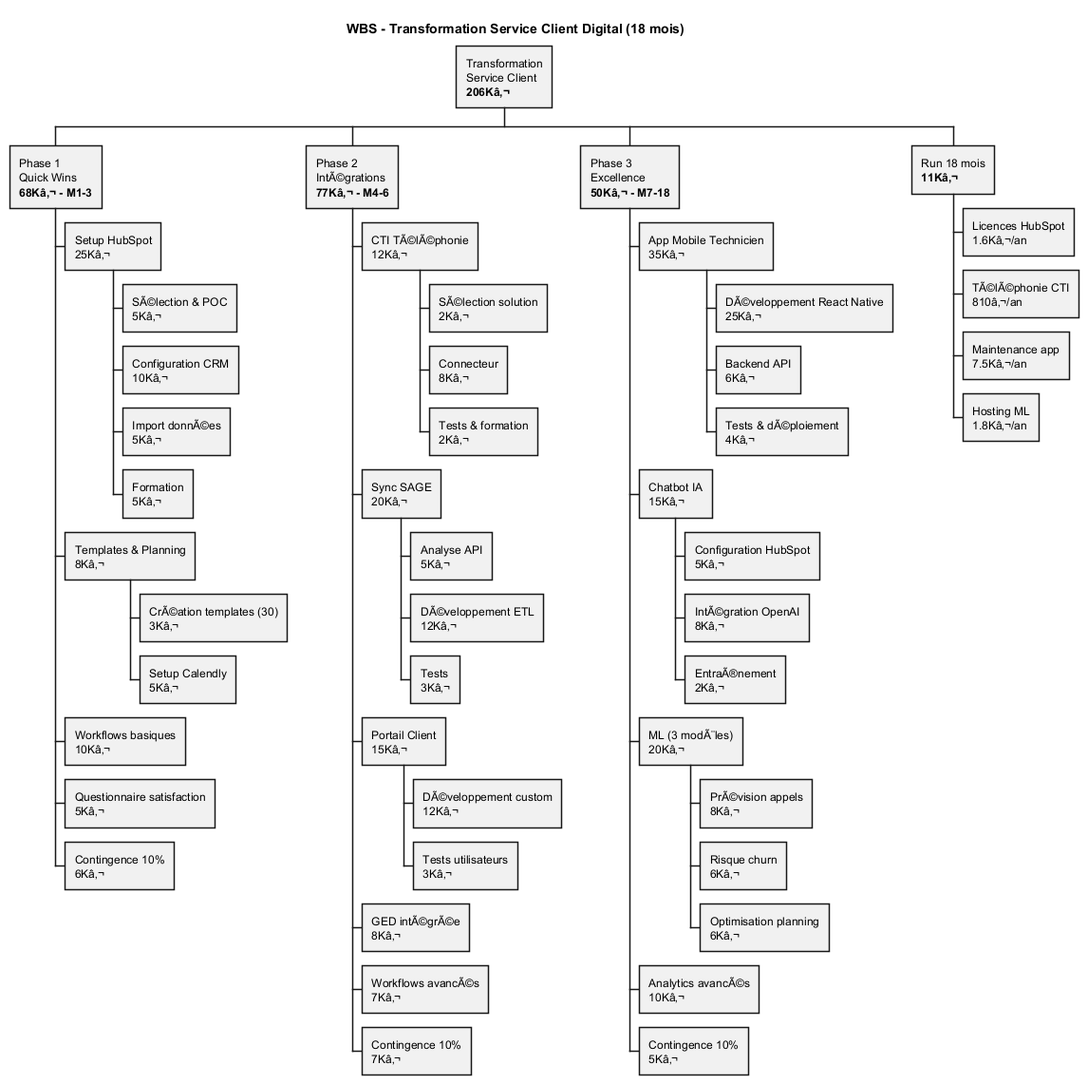
Before: Service-Client/uml/WBS_Transformation_Service_Client.png, a diagram exported from PlantUML (JordanSerafini/Audit_Duret). Its diagram source:
```plantuml
@startwbs WBS_Transformation_Service_Client

title WBS - Transformation Service Client Digital (18 mois)

* Transformation\nService Client\n**206Kâ‚¬**
** Phase 1\nQuick Wins\n**68Kâ‚¬ - M1-3**
*** Setup HubSpot\n25Kâ‚¬
**** SÃ©lection & POC\n5Kâ‚¬
**** Configuration CRM\n10Kâ‚¬
**** Import donnÃ©es\n5Kâ‚¬
**** Formation\n5Kâ‚¬
*** Templates & Planning\n8Kâ‚¬
**** CrÃ©ation templates (30)\n3Kâ‚¬
**** Setup Calendly\n5Kâ‚¬
*** Workflows basiques\n10Kâ‚¬
*** Questionnaire satisfaction\n5Kâ‚¬
*** Contingence 10%\n6Kâ‚¬

** Phase 2\nIntÃ©grations\n**77Kâ‚¬ - M4-6**
*** CTI TÃ©lÃ©phonie\n12Kâ‚¬
**** SÃ©lection solution\n2Kâ‚¬
**** Connecteur\n8Kâ‚¬
**** Tests & formation\n2Kâ‚¬
*** Sync SAGE\n20Kâ‚¬
**** Analyse API\n5Kâ‚¬
**** DÃ©veloppement ETL\n12Kâ‚¬
**** Tests\n3Kâ‚¬
*** Portail Client\n15Kâ‚¬
**** DÃ©veloppement custom\n12Kâ‚¬
**** Tests utilisateurs\n3Kâ‚¬
*** GED intÃ©grÃ©e\n8Kâ‚¬
*** Workflows avancÃ©s\n7Kâ‚¬
*** Contingence 10%\n7Kâ‚¬

** Phase 3\nExcellence\n**50Kâ‚¬ - M7-18**
*** App Mobile Technicien\n35Kâ‚¬
**** DÃ©veloppement React Native\n25Kâ‚¬
**** Backend API\n6Kâ‚¬
**** Tests & dÃ©ploiement\n4Kâ‚¬
*** Chatbot IA\n15Kâ‚¬
**** Configuration HubSpot\n5Kâ‚¬
**** IntÃ©gration OpenAI\n8Kâ‚¬
**** EntraÃ®nement\n2Kâ‚¬
*** ML (3 modÃ¨les)\n20Kâ‚¬
**** PrÃ©vision appels\n8Kâ‚¬
**** Risque churn\n6Kâ‚¬
**** Optimisation planning\n6Kâ‚¬
*** Analytics avancÃ©s\n10Kâ‚¬
*** Contingence 10%\n5Kâ‚¬

** Run 18 mois\n**11Kâ‚¬**
*** Licences HubSpot\n1.6Kâ‚¬/an
*** TÃ©lÃ©phonie CTI\n810â‚¬/an
*** Maintenance app\n7.5Kâ‚¬/an
*** Hosting ML\n1.8Kâ‚¬/an

@endwbs
```
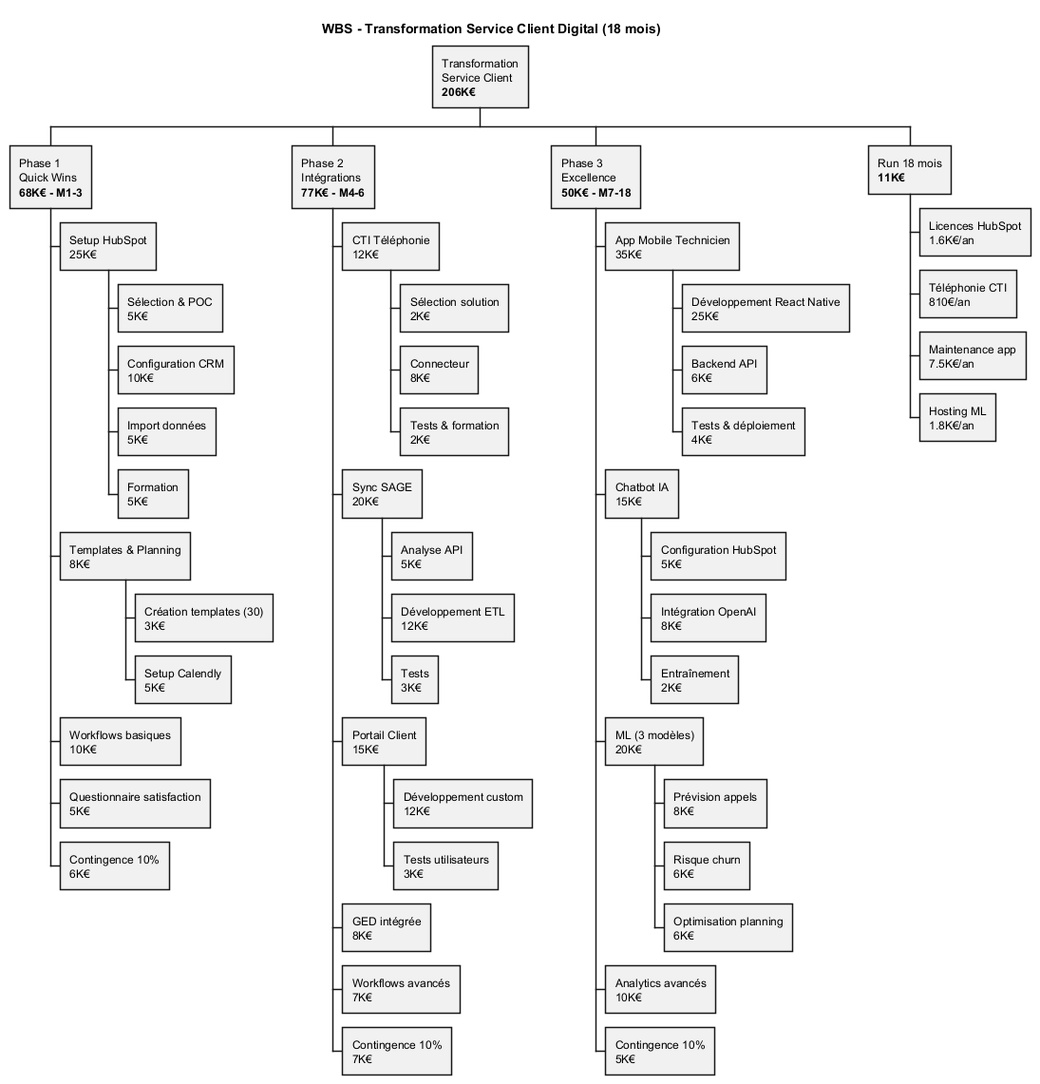
The same file after the commit.

Change to the diagram source:
```diff
@@ -2,56 +2,56 @@
 
 title WBS - Transformation Service Client Digital (18 mois)
 
-* Transformation\nService Client\n**206Kâ‚¬**
-** Phase 1\nQuick Wins\n**68Kâ‚¬ - M1-3**
-*** Setup HubSpot\n25Kâ‚¬
-**** SÃ©lection & POC\n5Kâ‚¬
-**** Configuration CRM\n10Kâ‚¬
-**** Import donnÃ©es\n5Kâ‚¬
-**** Formation\n5Kâ‚¬
-*** Templates & Planning\n8Kâ‚¬
-**** CrÃ©ation templates (30)\n3Kâ‚¬
-**** Setup Calendly\n5Kâ‚¬
-*** Workflows basiques\n10Kâ‚¬
-*** Questionnaire satisfaction\n5Kâ‚¬
-*** Contingence 10%\n6Kâ‚¬
+* Transformation\nService Client\n**206K€**
+** Phase 1\nQuick Wins\n**68K€ - M1-3**
+*** Setup HubSpot\n25K€
+**** Sélection & POC\n5K€
+**** Configuration CRM\n10K€
+**** Import données\n5K€
+**** Formation\n5K€
+*** Templates & Planning\n8K€
+**** Création templates (30)\n3K€
+**** Setup Calendly\n5K€
+*** Workflows basiques\n10K€
+*** Questionnaire satisfaction\n5K€
+*** Contingence 10%\n6K€
 
-** Phase 2\nIntÃ©grations\n**77Kâ‚¬ - M4-6**
-*** CTI TÃ©lÃ©phonie\n12Kâ‚¬
-**** SÃ©lection solution\n2Kâ‚¬
-**** Connecteur\n8Kâ‚¬
-**** Tests & formation\n2Kâ‚¬
-*** Sync SAGE\n20Kâ‚¬
-**** Analyse API\n5Kâ‚¬
-**** DÃ©veloppement ETL\n12Kâ‚¬
-**** Tests\n3Kâ‚¬
-*** Portail Client\n15Kâ‚¬
-**** DÃ©veloppement custom\n12Kâ‚¬
-**** Tests utilisateurs\n3Kâ‚¬
-*** GED intÃ©grÃ©e\n8Kâ‚¬
-*** Workflows avancÃ©s\n7Kâ‚¬
-*** Contingence 10%\n7Kâ‚¬
+** Phase 2\nIntégrations\n**77K€ - M4-6**
+*** CTI Téléphonie\n12K€
+**** Sélection solution\n2K€
+**** Connecteur\n8K€
+**** Tests & formation\n2K€
+*** Sync SAGE\n20K€
+**** Analyse API\n5K€
+**** Développement ETL\n12K€
+**** Tests\n3K€
+*** Portail Client\n15K€
+**** Développement custom\n12K€
+**** Tests utilisateurs\n3K€
+*** GED intégrée\n8K€
+*** Workflows avancés\n7K€
+*** Contingence 10%\n7K€
 
-** Phase 3\nExcellence\n**50Kâ‚¬ - M7-18**
-*** App Mobile Technicien\n35Kâ‚¬
-**** DÃ©veloppement React Native\n25Kâ‚¬
-**** Backend API\n6Kâ‚¬
-**** Tests & dÃ©ploiement\n4Kâ‚¬
-*** Chatbot IA\n15Kâ‚¬
-**** Configuration HubSpot\n5Kâ‚¬
-**** IntÃ©gration OpenAI\n8Kâ‚¬
-**** EntraÃ®nement\n2Kâ‚¬
-*** ML (3 modÃ¨les)\n20Kâ‚¬
-**** PrÃ©vision appels\n8Kâ‚¬
-**** Risque churn\n6Kâ‚¬
-**** Optimisation planning\n6Kâ‚¬
-*** Analytics avancÃ©s\n10Kâ‚¬
-*** Contingence 10%\n5Kâ‚¬
+** Phase 3\nExcellence\n**50K€ - M7-18**
+*** App Mobile Technicien\n35K€
+**** Développement React Native\n25K€
+**** Backend API\n6K€
+**** Tests & déploiement\n4K€
+*** Chatbot IA\n15K€
+**** Configuration HubSpot\n5K€
+**** Intégration OpenAI\n8K€
+**** Entraînement\n2K€
+*** ML (3 modèles)\n20K€
+**** Prévision appels\n8K€
+**** Risque churn\n6K€
+**** Optimisation planning\n6K€
+*** Analytics avancés\n10K€
+*** Contingence 10%\n5K€
 
-** Run 18 mois\n**11Kâ‚¬**
-*** Licences HubSpot\n1.6Kâ‚¬/an
-*** TÃ©lÃ©phonie CTI\n810â‚¬/an
-*** Maintenance app\n7.5Kâ‚¬/an
-*** Hosting ML\n1.8Kâ‚¬/an
+** Run 18 mois\n**11K€**
+*** Licences HubSpot\n1.6K€/an
+*** Téléphonie CTI\n810€/an
+*** Maintenance app\n7.5K€/an
+*** Hosting ML\n1.8K€/an
 
 @endwbs
```
